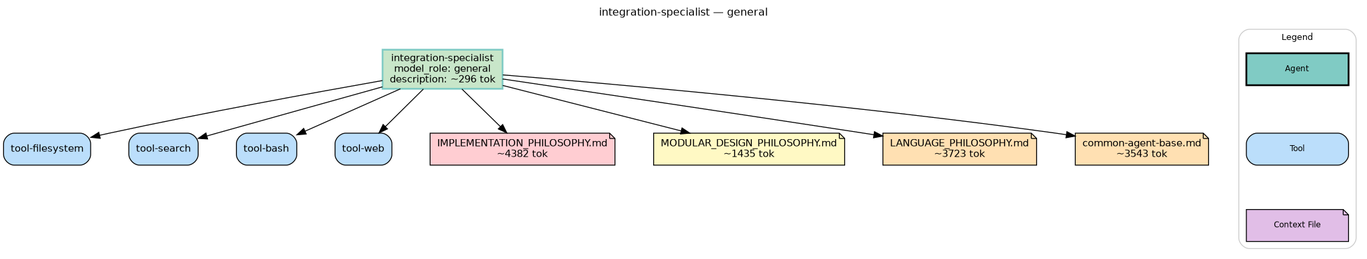
Earlier version of the Graphviz export agents/integration-specialist.png (microsoft/amplifier-foundation). Its source is kept beside it as agents/integration-specialist.dot. Its diagram source:
```dot
digraph integration_specialist {
    rankdir=TB
    fontname="Helvetica"
    fontsize=12
    label="integration-specialist — general"
    labelloc=t
    labeljust=c
    nodesep=0.6
    ranksep=0.7
    bgcolor="white"
    source_hash="759785e223383bdb93cd597891415adf040a84a958ec60081354695cc4d6ebbd"

    node [fontname="Helvetica", fontsize=11, style="filled,rounded"]
    edge [fontname="Helvetica", fontsize=9]

    agent [label="integration-specialist\nmodel_role: general\ndescription: ~296 tok", shape=box, fillcolor="#c8e6c9", style="filled,bold", color="#80cbc4"]
    tool_tool_filesystem [label="tool-filesystem", shape=box, fillcolor="#bbdefb", style="filled,rounded"]
    tool_tool_search [label="tool-search", shape=box, fillcolor="#bbdefb", style="filled,rounded"]
    tool_tool_bash [label="tool-bash", shape=box, fillcolor="#bbdefb", style="filled,rounded"]
    tool_tool_web [label="tool-web", shape=box, fillcolor="#bbdefb", style="filled,rounded"]
    ctx_foundation_context_IMPLEMENTATION_PHILOSOPHY_md [label="IMPLEMENTATION_PHILOSOPHY.md\n~4382 tok", shape=note, fillcolor="#ffcdd2", style="filled"]
    ctx_foundation_context_MODULAR_DESIGN_PHILOSOPHY_md [label="MODULAR_DESIGN_PHILOSOPHY.md\n~1435 tok", shape=note, fillcolor="#fff9c4", style="filled"]
    ctx_foundation_context_LANGUAGE_PHILOSOPHY_md [label="LANGUAGE_PHILOSOPHY.md\n~3723 tok", shape=note, fillcolor="#ffe0b2", style="filled"]
    ctx_foundation_context_shared_common_agent_base_md [label="common-agent-base.md\n~3543 tok", shape=note, fillcolor="#ffe0b2", style="filled"]

    agent -> tool_tool_filesystem
    agent -> tool_tool_search
    agent -> tool_tool_bash
    agent -> tool_tool_web
    agent -> ctx_foundation_context_IMPLEMENTATION_PHILOSOPHY_md
    agent -> ctx_foundation_context_MODULAR_DESIGN_PHILOSOPHY_md
    agent -> ctx_foundation_context_LANGUAGE_PHILOSOPHY_md
    agent -> ctx_foundation_context_shared_common_agent_base_md

    subgraph cluster_legend {
        label="Legend"
        style="filled,rounded"
        fillcolor="white"
        color="#cccccc"
        fontsize=10
        node [shape=box, fontsize=9, width=1.6]
        leg_agent [label="Agent", shape=box, fillcolor="#80cbc4", style="filled,bold"]
        leg_tool [label="Tool", shape=box, fillcolor="#bbdefb", style="filled,rounded"]
        leg_ctx [label="Context File", shape=note, fillcolor="#e1bee7", style="filled,rounded"]
        leg_agent -> leg_tool -> leg_ctx [style=invis]
    }
}
```
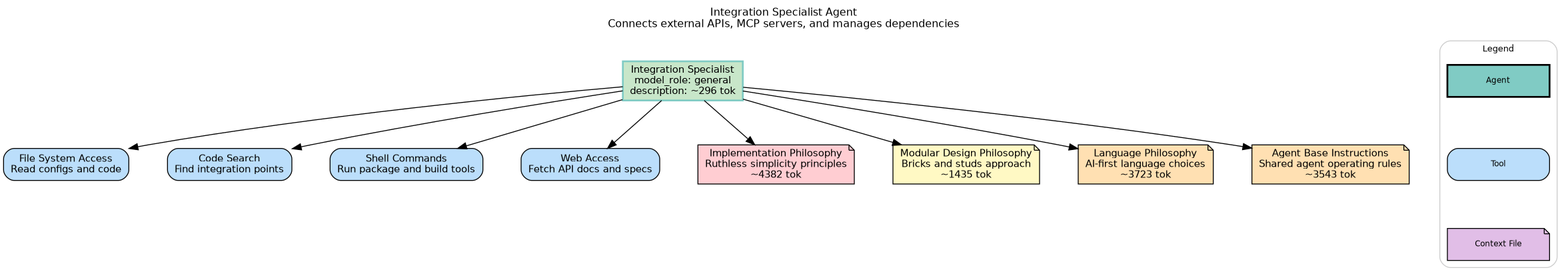
The same file after the commit.

What changed in the source:
```diff
@@ -2,7 +2,7 @@
     rankdir=TB
     fontname="Helvetica"
     fontsize=12
-    label="integration-specialist — general"
+    label="Integration Specialist Agent\nConnects external APIs, MCP servers, and manages dependencies"
     labelloc=t
     labeljust=c
     nodesep=0.6
@@ -13,15 +13,15 @@
     node [fontname="Helvetica", fontsize=11, style="filled,rounded"]
     edge [fontname="Helvetica", fontsize=9]
 
-    agent [label="integration-specialist\nmodel_role: general\ndescription: ~296 tok", shape=box, fillcolor="#c8e6c9", style="filled,bold", color="#80cbc4"]
-    tool_tool_filesystem [label="tool-filesystem", shape=box, fillcolor="#bbdefb", style="filled,rounded"]
-    tool_tool_search [label="tool-search", shape=box, fillcolor="#bbdefb", style="filled,rounded"]
-    tool_tool_bash [label="tool-bash", shape=box, fillcolor="#bbdefb", style="filled,rounded"]
-    tool_tool_web [label="tool-web", shape=box, fillcolor="#bbdefb", style="filled,rounded"]
-    ctx_foundation_context_IMPLEMENTATION_PHILOSOPHY_md [label="IMPLEMENTATION_PHILOSOPHY.md\n~4382 tok", shape=note, fillcolor="#ffcdd2", style="filled"]
-    ctx_foundation_context_MODULAR_DESIGN_PHILOSOPHY_md [label="MODULAR_DESIGN_PHILOSOPHY.md\n~1435 tok", shape=note, fillcolor="#fff9c4", style="filled"]
-    ctx_foundation_context_LANGUAGE_PHILOSOPHY_md [label="LANGUAGE_PHILOSOPHY.md\n~3723 tok", shape=note, fillcolor="#ffe0b2", style="filled"]
-    ctx_foundation_context_shared_common_agent_base_md [label="common-agent-base.md\n~3543 tok", shape=note, fillcolor="#ffe0b2", style="filled"]
+    agent [label="Integration Specialist\nmodel_role: general\ndescription: ~296 tok", shape=box, fillcolor="#c8e6c9", style="filled,bold", color="#80cbc4"]
+    tool_tool_filesystem [label="File System Access\nRead configs and code", shape=box, fillcolor="#bbdefb", style="filled,rounded"]
+    tool_tool_search [label="Code Search\nFind integration points", shape=box, fillcolor="#bbdefb", style="filled,rounded"]
+    tool_tool_bash [label="Shell Commands\nRun package and build tools", shape=box, fillcolor="#bbdefb", style="filled,rounded"]
+    tool_tool_web [label="Web Access\nFetch API docs and specs", shape=box, fillcolor="#bbdefb", style="filled,rounded"]
+    ctx_foundation_context_IMPLEMENTATION_PHILOSOPHY_md [label="Implementation Philosophy\nRuthless simplicity principles\n~4382 tok", shape=note, fillcolor="#ffcdd2", style="filled"]
+    ctx_foundation_context_MODULAR_DESIGN_PHILOSOPHY_md [label="Modular Design Philosophy\nBricks and studs approach\n~1435 tok", shape=note, fillcolor="#fff9c4", style="filled"]
+    ctx_foundation_context_LANGUAGE_PHILOSOPHY_md [label="Language Philosophy\nAI-first language choices\n~3723 tok", shape=note, fillcolor="#ffe0b2", style="filled"]
+    ctx_foundation_context_shared_common_agent_base_md [label="Agent Base Instructions\nShared agent operating rules\n~3543 tok", shape=note, fillcolor="#ffe0b2", style="filled"]
 
     agent -> tool_tool_filesystem
     agent -> tool_tool_search
```
